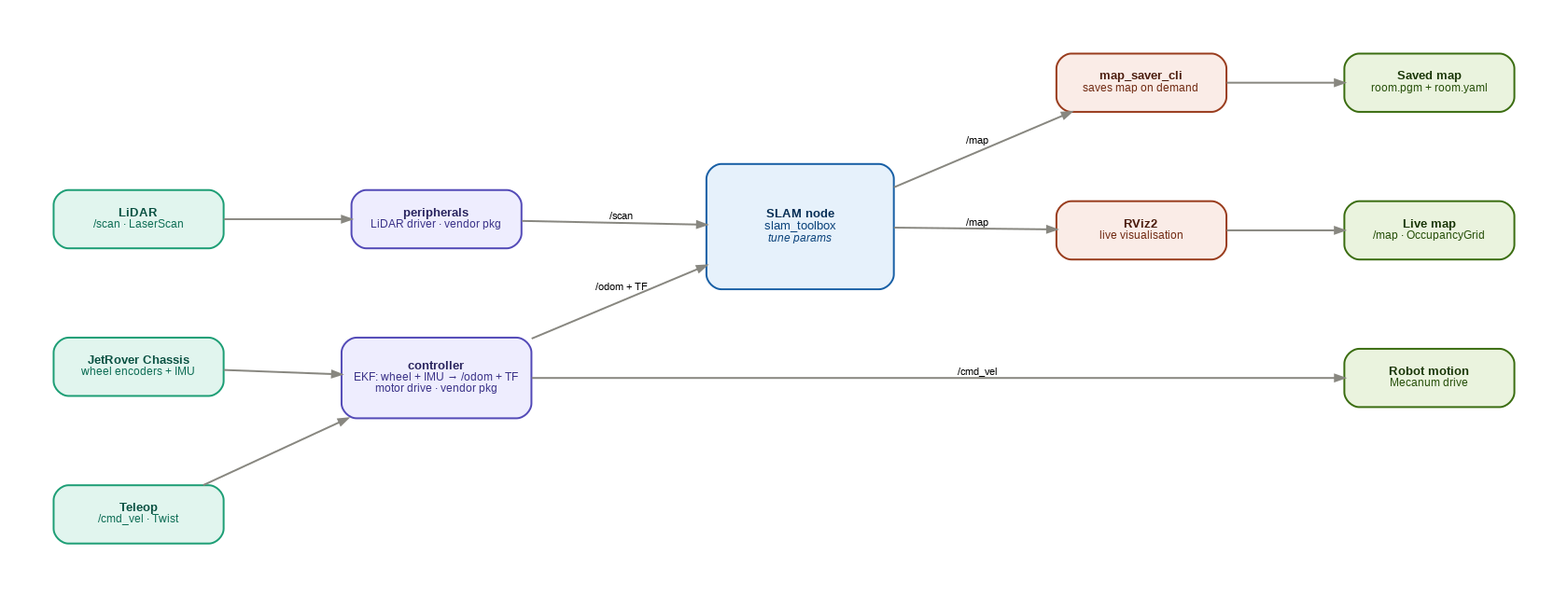
The Graphviz diagram docs/images/pipeline.png in mahersabbagh80/2D-LiDAR-Mapping-with-SLAM, before a commit. Its source is kept beside it as docs/images/pipeline.dot.
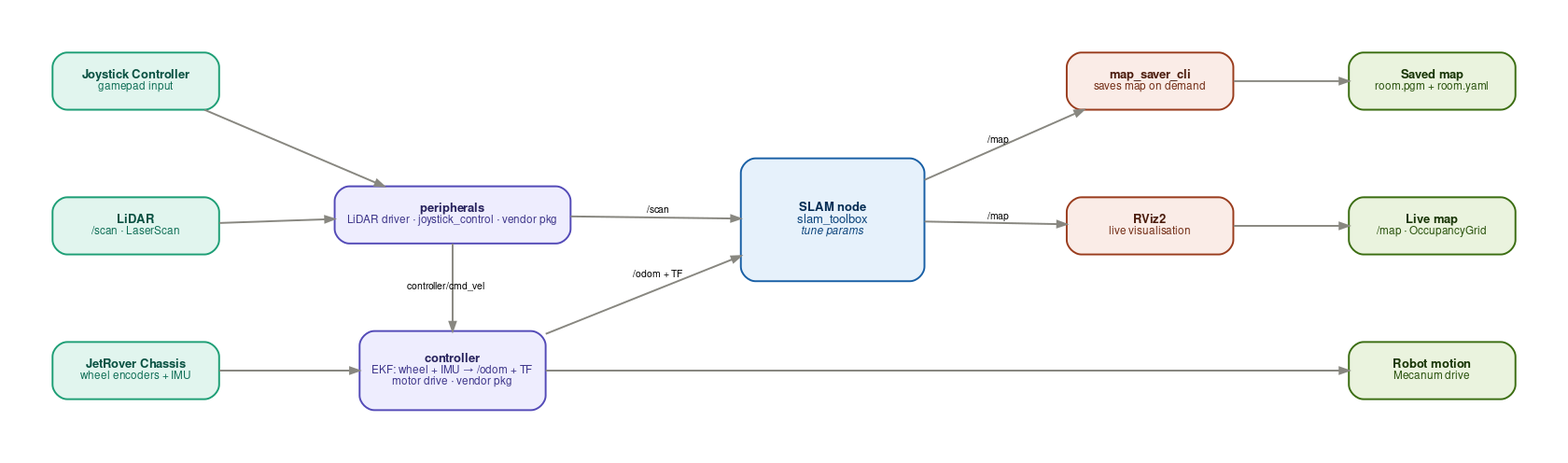
After the commit.

What changed in the source:
```diff
@@ -30,14 +30,14 @@
         arrowhead=normal
     ]
 
-    {rank=same; lidar; chassis; teleop}
+    {rank=same; lidar; chassis; joystick}
     {rank=same; peripherals; controller}
     {rank=same; slam}
     {rank=same; map_saver; rviz}
     {rank=same; saved_map; live_map; motion}
 
+    joystick -> lidar    [style=invis weight=10]
     lidar    -> chassis  [style=invis weight=10]
-    chassis  -> teleop   [style=invis weight=10]
     peripherals -> controller [style=invis weight=10]
     map_saver -> rviz    [style=invis weight=10]
     saved_map -> live_map -> motion [style=invis weight=10]
@@ -52,14 +52,14 @@
         fillcolor="#E1F5EE" color="#1D9E75" fontcolor="#085041"
         height=0.65
     ]
-    teleop [
-        label=<<b>Teleop</b><br align="center"/><font point-size="9" color="#0F6E56">/cmd_vel · Twist</font>>
+    joystick [
+        label=<<b>Joystick Controller</b><br align="center"/><font point-size="9" color="#0F6E56">gamepad input</font>>
         fillcolor="#E1F5EE" color="#1D9E75" fontcolor="#085041"
         height=0.65
     ]
 
     peripherals [
-        label=<<b>peripherals</b><br align="center"/><font point-size="9" color="#3C3489">LiDAR driver · vendor pkg</font>>
+        label=<<b>peripherals</b><br align="center"/><font point-size="9" color="#3C3489">LiDAR driver · joystick_control · vendor pkg</font>>
         fillcolor="#EEEDFE" color="#534AB7" fontcolor="#26215C"
         height=0.65
     ]
@@ -105,12 +105,13 @@
 
     lidar       -> peripherals  []
     chassis     -> controller   []
-    teleop      -> controller   []
+    joystick    -> peripherals  []
     peripherals -> slam         [label="  /scan"]
     controller  -> slam         [label="  /odom + TF"]
     slam        -> map_saver    [label="  /map"]
     slam        -> rviz         [label="  /map"]
     map_saver   -> saved_map    []
     rviz        -> live_map     []
-    controller  -> motion       [label="  /cmd_vel"]
+    peripherals -> controller   [label="  controller/cmd_vel"]
+    controller  -> motion       []
 }
```
